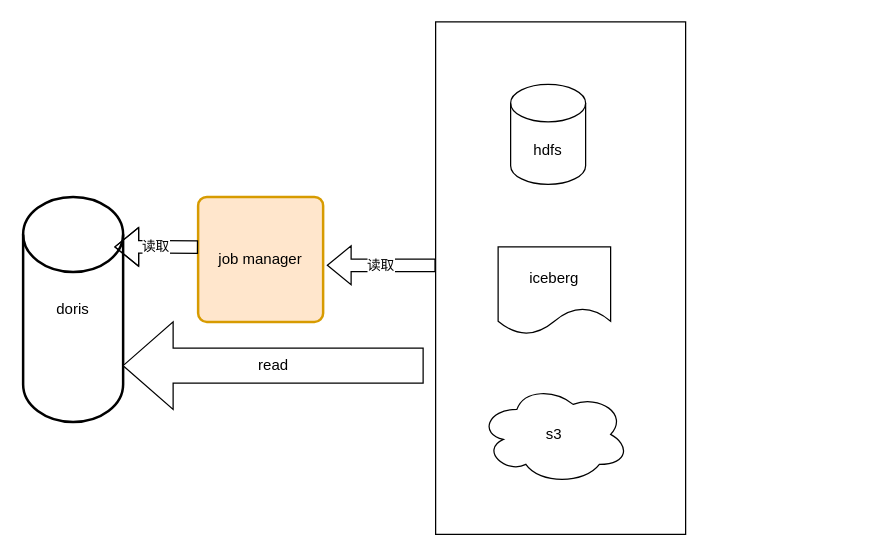
Before: Untitled Diagram.drawio in GoGoWen/JD-Bowen-incubator-doris, a draw.io diagram. Source tidied: cells renumbered, new cells numbered last; positions are measured from the earlier drawing's top-left corner, leaving out a move shared by most shapes. Both pictures are drawn from the tidied source at 125%, with x=0, y=0 at pixel (22, 21).
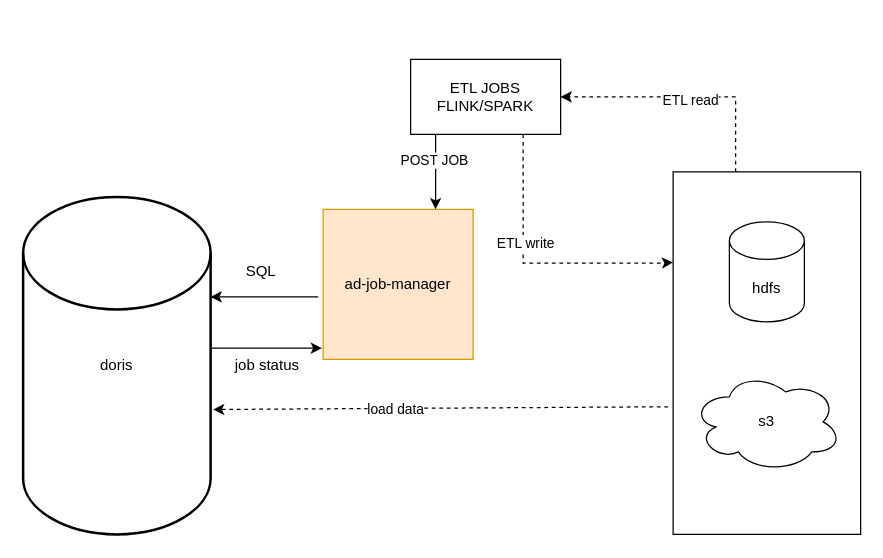
The same diagram, later.

Diff of the diagram source:
```diff
@@
+    <mxCell id="7" value="doris" style="strokeWidth=2;html=1;shape=mxgraph.flowchart.database;whiteSpace=wrap;comic=0;" parent="1" vertex="1">
+      <mxGeometry y="140" width="150" height="270" as="geometry" />
+    </mxCell>
+    <mxCell id="11" style="group;" parent="1" vertex="1">
+      <mxGeometry x="520" y="120" width="150" height="290" as="geometry" />
+    </mxCell>
-    <mxCell id="2" style="rounded=0;whiteSpace=wrap;html=1;comic=0;" parent="1" vertex="1">
-      <mxGeometry x="330" width="200" height="410" as="geometry" />
+    <mxCell id="2" style="rounded=0;whiteSpace=wrap;html=1;comic=0;" parent="11" vertex="1">
+      <mxGeometry width="150" height="290" as="geometry" />
     </mxCell>
-    <mxCell id="3" value="hdfs" style="shape=cylinder3;whiteSpace=wrap;html=1;boundedLbl=1;backgroundOutline=1;size=15;comic=0;" parent="1" vertex="1">
-      <mxGeometry x="390" y="50" width="60" height="80" as="geometry" />
+    <mxCell id="3" value="hdfs" style="shape=cylinder3;whiteSpace=wrap;html=1;boundedLbl=1;backgroundOutline=1;size=15;comic=0;" parent="11" vertex="1">
+      <mxGeometry x="45" y="40" width="60" height="80" as="geometry" />
     </mxCell>
-    <mxCell id="4" value="iceberg" style="shape=document;whiteSpace=wrap;html=1;boundedLbl=1;comic=0;" parent="1" vertex="1">
-      <mxGeometry x="380" y="180" width="90" height="70" as="geometry" />
-    </mxCell>
-    <mxCell id="5" value="s3" style="ellipse;shape=cloud;whiteSpace=wrap;html=1;comic=0;" parent="1" vertex="1">
-      <mxGeometry x="365" y="290" width="120" height="80" as="geometry" />
+    <mxCell id="5" value="s3" style="ellipse;shape=cloud;whiteSpace=wrap;html=1;comic=0;" parent="11" vertex="1">
+      <mxGeometry x="15" y="160" width="120" height="80" as="geometry" />
     </mxCell>
-    <mxCell id="6" value="读取" style="shape=flexArrow;endArrow=classic;html=1;rounded=0;entryX=1.014;entryY=0.551;entryDx=0;entryDy=0;entryPerimeter=0;exitX=0;exitY=0.475;exitDx=0;exitDy=0;exitPerimeter=0;" parent="1" edge="1" source="2">
-      <mxGeometry relative="1" as="geometry">
-        <mxPoint x="242.9" y="194.7" as="targetPoint" />
-      </mxGeometry>
-    </mxCell>
-    <mxCell id="7" value="doris" style="strokeWidth=2;html=1;shape=mxgraph.flowchart.database;whiteSpace=wrap;comic=0;" parent="1" vertex="1">
-      <mxGeometry y="140" width="80" height="180" as="geometry" />
-    </mxCell>
-    <mxCell id="8" value="job manager" style="rounded=1;whiteSpace=wrap;html=1;absoluteArcSize=1;arcSize=14;strokeWidth=2;comic=0;fillColor=#ffe6cc;strokeColor=#d79b00;" parent="1" vertex="1">
-      <mxGeometry x="140" y="140" width="100" height="100" as="geometry" />
-    </mxCell>
-    <mxCell id="9" value="读取" style="shape=flexArrow;endArrow=classic;html=1;rounded=0;exitX=0;exitY=0.475;exitDx=0;exitDy=0;exitPerimeter=0;" parent="1" edge="1">
-      <mxGeometry relative="1" as="geometry">
-        <mxPoint x="140" y="180.1" as="sourcePoint" />
-        <mxPoint x="72.9" y="180" as="targetPoint" />
-        <Array as="points">
-          <mxPoint x="112.9" y="180" />
-        </Array>
-      </mxGeometry>
-    </mxCell>
-    <mxCell id="10" value="read" style="html=1;shadow=0;dashed=0;align=center;verticalAlign=middle;shape=mxgraph.arrows2.arrow;dy=0.6;dx=40;flipH=1;notch=0;comic=0;" parent="1" vertex="1">
-      <mxGeometry x="80" y="240" width="240" height="70" as="geometry" />
-    </mxCell>
+    <mxCell id="12" value="ETL JOBS&lt;br&gt;FLINK/SPARK" style="rounded=0;whiteSpace=wrap;html=1;" parent="1" vertex="1">
+      <mxGeometry x="310" y="30" width="120" height="60" as="geometry" />
+    </mxCell>
+    <mxCell id="13" style="endArrow=classic;html=1;rounded=0;edgeStyle=orthogonalEdgeStyle;entryX=1;entryY=0.5;entryDx=0;entryDy=0;dashed=1;" parent="1" edge="1" target="12">
+      <mxGeometry relative="1" as="geometry">
+        <mxPoint x="570" y="120" as="sourcePoint" />
+        <Array as="points">
+          <mxPoint x="570" y="60" />
+        </Array>
+      </mxGeometry>
+    </mxCell>
+    <mxCell id="14" value="ETL read" style="edgeLabel;html=1;align=center;verticalAlign=middle;" parent="13" vertex="1">
+      <mxGeometry x="-0.03" y="2" relative="1" as="geometry" />
+    </mxCell>
+    <mxCell id="15" style="endArrow=classic;html=1;rounded=0;dashed=1;edgeStyle=orthogonalEdgeStyle;entryX=0;entryY=0.25;entryDx=0;entryDy=0;" parent="1" edge="1" target="2">
+      <mxGeometry relative="1" as="geometry">
+        <mxPoint x="400" y="90" as="sourcePoint" />
+        <Array as="points">
+          <mxPoint x="400" y="193" />
+          <mxPoint x="510" y="193" />
+        </Array>
+      </mxGeometry>
+    </mxCell>
+    <mxCell id="16" value="ETL write" style="edgeLabel;html=1;align=center;verticalAlign=middle;" parent="15" vertex="1">
+      <mxGeometry x="-0.23" y="1" relative="1" as="geometry" />
+    </mxCell>
+    <mxCell id="17" style="endArrow=classic;html=1;rounded=0;exitX=-0.027;exitY=0.648;exitDx=0;exitDy=0;exitPerimeter=0;entryX=1.013;entryY=0.63;entryDx=0;entryDy=0;entryPerimeter=0;dashed=1;" parent="1" edge="1" source="2" target="7">
+      <mxGeometry relative="1" as="geometry" />
+    </mxCell>
+    <mxCell id="18" value="load data" style="edgeLabel;html=1;align=center;verticalAlign=middle;" parent="17" vertex="1">
+      <mxGeometry x="0.2" relative="1" as="geometry" />
+    </mxCell>
+    <mxCell id="19" value="ad-job-manager" style="rounded=0;whiteSpace=wrap;html=1;fillColor=#ffe6cc;strokeColor=#d79b00;" parent="1" vertex="1">
+      <mxGeometry x="240" y="150" width="120" height="120" as="geometry" />
+    </mxCell>
+    <mxCell id="20" style="endArrow=classic;html=1;rounded=0;entryX=0.75;entryY=0;entryDx=0;entryDy=0;" parent="1" edge="1" target="19">
+      <mxGeometry relative="1" as="geometry">
+        <mxPoint x="330" y="90" as="sourcePoint" />
+      </mxGeometry>
+    </mxCell>
+    <mxCell id="21" value="POST JOB" style="edgeLabel;html=1;align=center;verticalAlign=middle;" parent="20" vertex="1">
+      <mxGeometry x="-0.33" y="-2" relative="1" as="geometry" />
+    </mxCell>
+    <mxCell id="22" style="endArrow=classic;html=1;rounded=0;exitX=-0.033;exitY=0.583;exitDx=0;exitDy=0;exitPerimeter=0;" parent="1" edge="1" source="19">
+      <mxGeometry relative="1" as="geometry">
+        <mxPoint x="150" y="220" as="targetPoint" />
+      </mxGeometry>
+    </mxCell>
+    <mxCell id="23" style="endArrow=classic;html=1;rounded=0;entryX=-0.008;entryY=0.925;entryDx=0;entryDy=0;entryPerimeter=0;exitX=1.007;exitY=0.448;exitDx=0;exitDy=0;exitPerimeter=0;" parent="1" edge="1" source="7" target="19">
+      <mxGeometry relative="1" as="geometry" />
+    </mxCell>
+    <mxCell id="24" value="SQL" style="text;html=1;align=center;verticalAlign=middle;strokeColor=none;fillColor=none;" parent="1" vertex="1">
+      <mxGeometry x="170" y="190" width="40" height="20" as="geometry" />
+    </mxCell>
+    <mxCell id="25" value="job status" style="text;html=1;align=center;verticalAlign=middle;strokeColor=none;fillColor=none;" parent="1" vertex="1">
+      <mxGeometry x="160" y="265" width="70" height="20" as="geometry" />
+    </mxCell>
```
